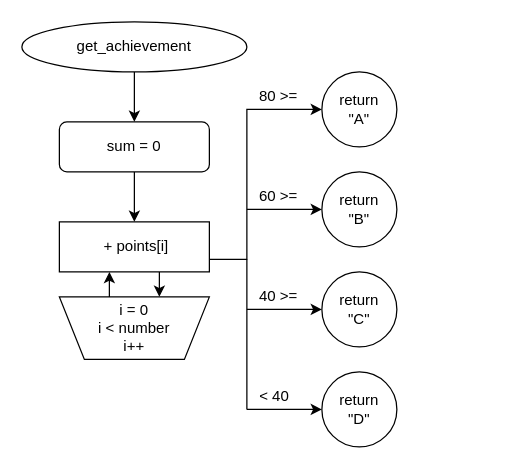
The draw.io diagram Untitled Diagram.drawio in Ryosuke-Fukuyama/kakunintest, before the edit. Source tidied: cells renumbered, new cells numbered last; positions are measured from the earlier drawing's top-left corner, leaving out a move shared by most shapes. Both pictures are drawn from the tidied source at 125%, with x=0, y=0 at pixel (21, 21).
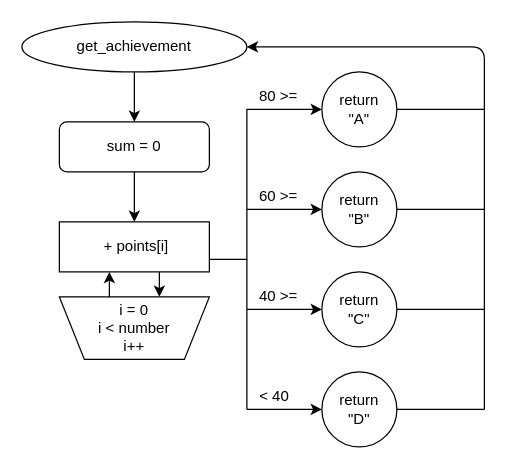
Above is the later version.

Unchanged cells that the change refers to:
```xml
<mxCell id="8" value="&lt;span&gt;return&lt;/span&gt;&lt;br&gt;&lt;span&gt;&quot;D&quot;&lt;/span&gt;" style="ellipse;whiteSpace=wrap;html=1;" parent="1" vertex="1">
  <mxGeometry x="240" y="280" width="60" height="60" as="geometry" />
</mxCell>
<mxCell id="9" value="&lt;span&gt;return&lt;/span&gt;&lt;br&gt;&lt;span&gt;&quot;C&quot;&lt;/span&gt;" style="ellipse;whiteSpace=wrap;html=1;" parent="1" vertex="1">
  <mxGeometry x="240" y="200" width="60" height="60" as="geometry" />
</mxCell>
<mxCell id="11" value="return&lt;br&gt;&quot;A&quot;" style="ellipse;whiteSpace=wrap;html=1;" parent="1" vertex="1">
  <mxGeometry x="240" y="40" width="60" height="60" as="geometry" />
</mxCell>
<mxCell id="13" value="get_achievement" style="ellipse;whiteSpace=wrap;html=1;" parent="1" vertex="1">
  <mxGeometry width="180" height="40" as="geometry" />
</mxCell>
```

The edit, as a diff of the source:
```diff
@@
+    <mxCell id="24" style="endArrow=none;html=1;" parent="1" edge="1">
+      <mxGeometry relative="1" as="geometry">
+        <mxPoint x="370" y="310" as="sourcePoint" />
+        <mxPoint x="370" y="70" as="targetPoint" />
+      </mxGeometry>
+    </mxCell>
+    <mxCell id="25" style="endArrow=none;html=1;exitX=1;exitY=0.5;exitDx=0;exitDy=0;" parent="1" edge="1" source="8">
+      <mxGeometry relative="1" as="geometry">
+        <mxPoint x="370" y="310" as="targetPoint" />
+      </mxGeometry>
+    </mxCell>
+    <mxCell id="26" style="endArrow=none;html=1;exitX=1;exitY=0.5;exitDx=0;exitDy=0;" parent="1" edge="1" source="9">
+      <mxGeometry relative="1" as="geometry">
+        <mxPoint x="370" y="230" as="targetPoint" />
+      </mxGeometry>
+    </mxCell>
+    <mxCell id="27" style="endArrow=none;html=1;" parent="1" edge="1">
+      <mxGeometry relative="1" as="geometry">
+        <mxPoint x="300" y="150" as="sourcePoint" />
+        <mxPoint x="370" y="150" as="targetPoint" />
+      </mxGeometry>
+    </mxCell>
+    <mxCell id="28" style="endArrow=none;html=1;exitX=1;exitY=0.5;exitDx=0;exitDy=0;" parent="1" edge="1" source="11">
+      <mxGeometry relative="1" as="geometry">
+        <mxPoint x="370" y="70" as="targetPoint" />
+      </mxGeometry>
+    </mxCell>
+    <mxCell id="29" style="endArrow=classic;html=1;entryX=1;entryY=0.5;entryDx=0;entryDy=0;" parent="1" edge="1" target="13">
+      <mxGeometry relative="1" as="geometry">
+        <mxPoint x="370" y="70" as="sourcePoint" />
+        <Array as="points">
+          <mxPoint x="370" y="20" />
+        </Array>
+      </mxGeometry>
+    </mxCell>
```
